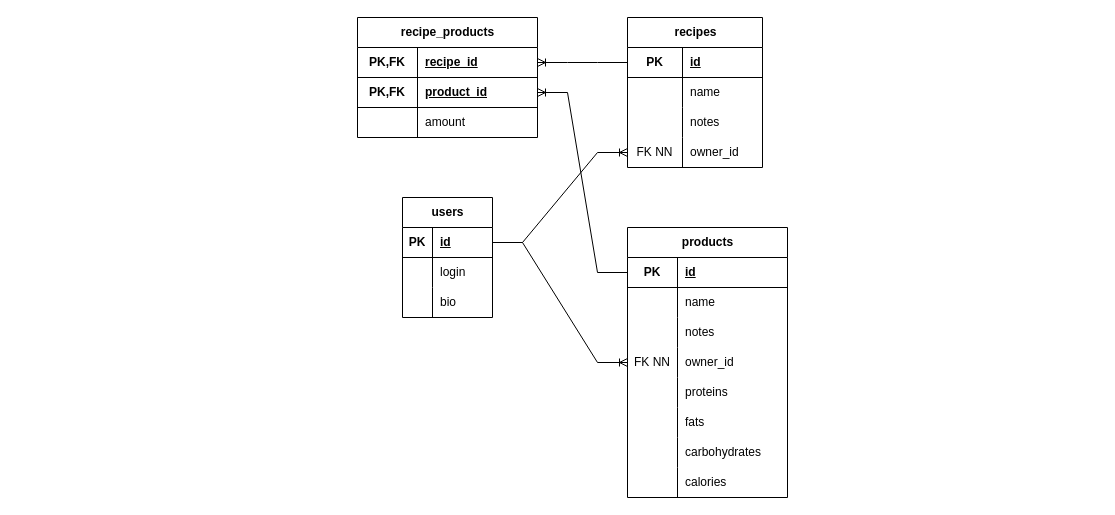
Alexcoratt/foody keeps this draw.io diagram as charts/foody-db-chart.drawio. Above is the earlier version. Source tidied: cells renumbered, new cells numbered last; positions are measured from the earlier drawing's top-left corner, leaving out a move shared by most shapes. Both pictures are drawn from the tidied source at 100%, with x=0, y=0 at pixel (357, 17).
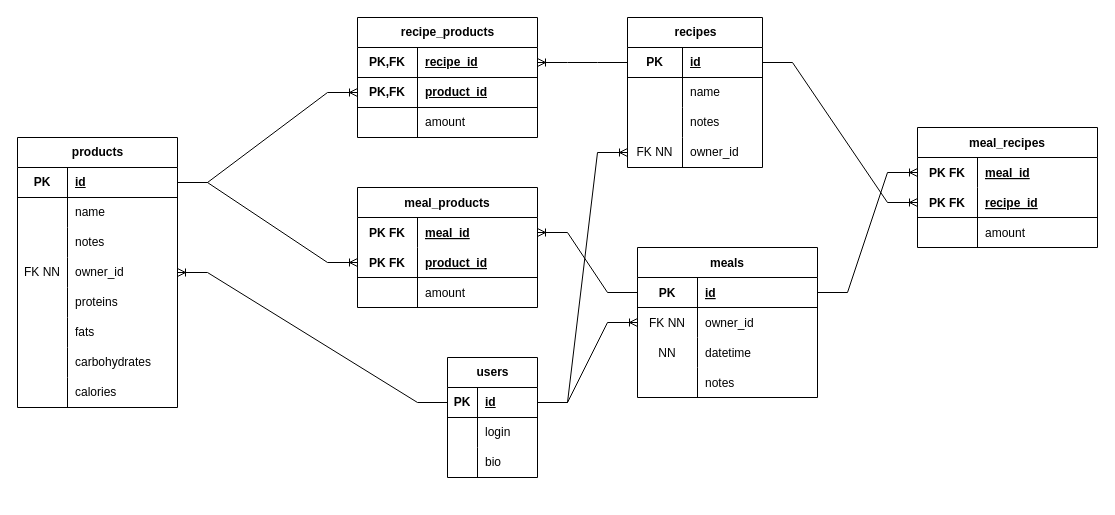
The same diagram, later.

Commit message:
Start adding meal entity

Unchanged cells that the change refers to:
```xml
<mxCell id="3" style="shape=tableRow;horizontal=0;startSize=0;swimlaneHead=0;swimlaneBody=0;fillColor=none;points=[[0,0.5],[1,0.5]];portConstraint=eastwest;top=0;left=0;right=0;bottom=1;" parent="2" vertex="1">
  <mxGeometry y="30" width="160" height="30" as="geometry" />
</mxCell>
<mxCell id="28" style="shape=tableRow;horizontal=0;startSize=0;swimlaneHead=0;swimlaneBody=0;fillColor=none;points=[[0,0.5],[1,0.5]];portConstraint=eastwest;top=0;left=0;right=0;bottom=1;" parent="27" vertex="1">
  <mxGeometry y="30" width="90" height="30" as="geometry" />
</mxCell>
<mxCell id="39" style="shape=tableRow;horizontal=0;startSize=0;swimlaneHead=0;swimlaneBody=0;fillColor=none;points=[[0,0.5],[1,0.5]];portConstraint=eastwest;top=0;left=0;right=0;bottom=1;" parent="38" vertex="1">
  <mxGeometry y="30" width="135" height="30" as="geometry" />
</mxCell>
```

What changed in the source:
```diff
@@
     <mxCell id="2" value="products" style="shape=table;startSize=30;childLayout=tableLayout;rowLines=0;fontStyle=1;align=center;html=1;" parent="1" vertex="1">
-      <mxGeometry x="270" y="210" width="160" height="270" as="geometry" />
+      <mxGeometry x="-340" y="120" width="160" height="270" as="geometry" />
     </mxCell>
@@
     <mxCell id="27" value="users" style="shape=table;startSize=30;childLayout=tableLayout;rowLines=0;fontStyle=1;align=center;html=1;" parent="1" vertex="1">
-      <mxGeometry x="45" y="180" width="90" height="120" as="geometry" />
+      <mxGeometry x="90" y="340" width="90" height="120" as="geometry" />
     </mxCell>
@@
+    <mxCell id="64" value="meals" style="shape=table;startSize=30;childLayout=tableLayout;rowLines=0;fontStyle=1;align=center;" parent="1" vertex="1">
+      <mxGeometry x="280" y="230" width="180" height="150" as="geometry" />
+    </mxCell>
+    <mxCell id="65" style="shape=tableRow;horizontal=0;startSize=0;swimlaneHead=0;swimlaneBody=0;fillColor=none;points=[[0,0.5],[1,0.5]];portConstraint=eastwest;top=0;left=0;right=0;bottom=1;" parent="64" vertex="1">
+      <mxGeometry y="30" width="180" height="30" as="geometry" />
+    </mxCell>
+    <mxCell id="66" value="PK" style="shape=partialRectangle;fillColor=none;top=0;left=0;bottom=0;right=0;fontStyle=1;overflow=hidden;" parent="65" vertex="1">
+      <mxGeometry width="60" height="30" as="geometry" />
+    </mxCell>
+    <mxCell id="67" value="id" style="shape=partialRectangle;fillColor=none;top=0;left=0;bottom=0;right=0;align=left;spacingLeft=6;fontStyle=5;overflow=hidden;" parent="65" vertex="1">
+      <mxGeometry x="60" width="120" height="30" as="geometry" />
+    </mxCell>
+    <mxCell id="68" style="shape=tableRow;horizontal=0;startSize=0;swimlaneHead=0;swimlaneBody=0;fillColor=none;points=[[0,0.5],[1,0.5]];portConstraint=eastwest;top=0;left=0;right=0;bottom=0;" parent="64" vertex="1">
+      <mxGeometry y="60" width="180" height="30" as="geometry" />
+    </mxCell>
+    <mxCell id="69" value="FK NN" style="shape=partialRectangle;fillColor=none;top=0;left=0;bottom=0;right=0;overflow=hidden;" parent="68" vertex="1">
+      <mxGeometry width="60" height="30" as="geometry" />
+    </mxCell>
+    <mxCell id="70" value="owner_id" style="shape=partialRectangle;fillColor=none;top=0;left=0;bottom=0;right=0;align=left;spacingLeft=6;overflow=hidden;" parent="68" vertex="1">
+      <mxGeometry x="60" width="120" height="30" as="geometry" />
+    </mxCell>
+    <mxCell id="71" style="shape=tableRow;horizontal=0;startSize=0;swimlaneHead=0;swimlaneBody=0;fillColor=none;top=0;left=0;right=0;bottom=0;" parent="64" vertex="1">
+      <mxGeometry y="90" width="180" height="30" as="geometry" />
+    </mxCell>
+    <mxCell id="72" value="NN" style="shape=partialRectangle;fillColor=none;top=0;left=0;bottom=0;right=0;overflow=hidden;" parent="71" vertex="1">
+      <mxGeometry width="60" height="30" as="geometry" />
+    </mxCell>
+    <mxCell id="73" value="datetime" style="shape=partialRectangle;fillColor=none;top=0;left=0;bottom=0;right=0;align=left;spacingLeft=6;overflow=hidden;" parent="71" vertex="1">
+      <mxGeometry x="60" width="120" height="30" as="geometry" />
+    </mxCell>
+    <mxCell id="74" style="shape=tableRow;horizontal=0;startSize=0;swimlaneHead=0;swimlaneBody=0;fillColor=none;top=0;left=0;right=0;bottom=0;" parent="64" vertex="1">
+      <mxGeometry y="120" width="180" height="30" as="geometry" />
+    </mxCell>
+    <mxCell id="75" style="shape=partialRectangle;fillColor=none;top=0;left=0;bottom=0;right=0;overflow=hidden;" parent="74" vertex="1">
+      <mxGeometry width="60" height="30" as="geometry" />
+    </mxCell>
+    <mxCell id="76" value="notes" style="shape=partialRectangle;fillColor=none;top=0;left=0;bottom=0;right=0;align=left;spacingLeft=6;overflow=hidden;" parent="74" vertex="1">
+      <mxGeometry x="60" width="120" height="30" as="geometry" />
+    </mxCell>
+    <mxCell id="77" style="edgeStyle=entityRelationEdgeStyle;fontSize=12;html=1;endArrow=ERoneToMany;rounded=0;" parent="1" edge="1" source="28" target="68">
+      <mxGeometry relative="1" as="geometry" />
+    </mxCell>
+    <mxCell id="78" value="meal_products" style="shape=table;startSize=30;childLayout=tableLayout;rowLines=0;fontStyle=1;align=center;" parent="1" vertex="1">
+      <mxGeometry y="170" width="180" height="120" as="geometry" />
+    </mxCell>
+    <mxCell id="79" style="shape=tableRow;horizontal=0;startSize=0;swimlaneHead=0;swimlaneBody=0;fillColor=none;points=[[0,0.5],[1,0.5]];portConstraint=eastwest;top=0;left=0;right=0;bottom=0;" parent="78" vertex="1">
+      <mxGeometry y="30" width="180" height="30" as="geometry" />
+    </mxCell>
+    <mxCell id="80" value="PK FK" style="shape=partialRectangle;fillColor=none;top=0;left=0;bottom=0;right=0;fontStyle=1;overflow=hidden;" parent="79" vertex="1">
+      <mxGeometry width="60" height="30" as="geometry" />
+    </mxCell>
+    <mxCell id="81" value="meal_id" style="shape=partialRectangle;fillColor=none;top=0;left=0;bottom=0;right=0;align=left;spacingLeft=6;fontStyle=5;overflow=hidden;" parent="79" vertex="1">
+      <mxGeometry x="60" width="120" height="30" as="geometry" />
+    </mxCell>
+    <mxCell id="82" style="shape=tableRow;horizontal=0;startSize=0;swimlaneHead=0;swimlaneBody=0;fillColor=none;points=[[0,0.5],[1,0.5]];portConstraint=eastwest;top=0;left=0;right=0;bottom=1;" parent="78" vertex="1">
+      <mxGeometry y="60" width="180" height="30" as="geometry" />
+    </mxCell>
+    <mxCell id="83" value="PK FK" style="shape=partialRectangle;fillColor=none;top=0;left=0;bottom=0;right=0;fontStyle=1;overflow=hidden;" parent="82" vertex="1">
+      <mxGeometry width="60" height="30" as="geometry" />
+    </mxCell>
+    <mxCell id="84" value="product_id" style="shape=partialRectangle;fillColor=none;top=0;left=0;bottom=0;right=0;align=left;spacingLeft=6;fontStyle=5;overflow=hidden;" parent="82" vertex="1">
+      <mxGeometry x="60" width="120" height="30" as="geometry" />
+    </mxCell>
+    <mxCell id="85" style="shape=tableRow;horizontal=0;startSize=0;swimlaneHead=0;swimlaneBody=0;fillColor=none;top=0;left=0;right=0;bottom=0;" parent="78" vertex="1">
+      <mxGeometry y="90" width="180" height="30" as="geometry" />
+    </mxCell>
+    <mxCell id="86" style="shape=partialRectangle;fillColor=none;top=0;left=0;bottom=0;right=0;overflow=hidden;" parent="85" vertex="1">
+      <mxGeometry width="60" height="30" as="geometry" />
+    </mxCell>
+    <mxCell id="87" value="amount" style="shape=partialRectangle;fillColor=none;top=0;left=0;bottom=0;right=0;align=left;spacingLeft=6;overflow=hidden;" parent="85" vertex="1">
+      <mxGeometry x="60" width="120" height="30" as="geometry" />
+    </mxCell>
+    <mxCell id="88" style="edgeStyle=entityRelationEdgeStyle;fontSize=12;html=1;endArrow=ERoneToMany;rounded=0;" parent="1" edge="1" source="65" target="79">
+      <mxGeometry relative="1" as="geometry" />
+    </mxCell>
+    <mxCell id="89" style="edgeStyle=entityRelationEdgeStyle;fontSize=12;html=1;endArrow=ERoneToMany;rounded=0;" parent="1" edge="1" source="3" target="82">
+      <mxGeometry relative="1" as="geometry" />
+    </mxCell>
+    <mxCell id="90" value="meal_recipes" style="shape=table;startSize=30;childLayout=tableLayout;rowLines=0;fontStyle=1;align=center;" parent="1" vertex="1">
+      <mxGeometry x="560" y="110" width="180" height="120" as="geometry" />
+    </mxCell>
+    <mxCell id="91" style="shape=tableRow;horizontal=0;startSize=0;swimlaneHead=0;swimlaneBody=0;fillColor=none;points=[[0,0.5],[1,0.5]];portConstraint=eastwest;top=0;left=0;right=0;bottom=0;" parent="90" vertex="1">
+      <mxGeometry y="30" width="180" height="30" as="geometry" />
+    </mxCell>
+    <mxCell id="92" value="PK FK" style="shape=partialRectangle;fillColor=none;top=0;left=0;bottom=0;right=0;fontStyle=1;overflow=hidden;" parent="91" vertex="1">
+      <mxGeometry width="60" height="30" as="geometry" />
+    </mxCell>
+    <mxCell id="93" value="meal_id" style="shape=partialRectangle;fillColor=none;top=0;left=0;bottom=0;right=0;align=left;spacingLeft=6;fontStyle=5;overflow=hidden;" parent="91" vertex="1">
+      <mxGeometry x="60" width="120" height="30" as="geometry" />
+    </mxCell>
+    <mxCell id="94" style="shape=tableRow;horizontal=0;startSize=0;swimlaneHead=0;swimlaneBody=0;fillColor=none;points=[[0,0.5],[1,0.5]];portConstraint=eastwest;top=0;left=0;right=0;bottom=1;" parent="90" vertex="1">
+      <mxGeometry y="60" width="180" height="30" as="geometry" />
+    </mxCell>
+    <mxCell id="95" value="PK FK" style="shape=partialRectangle;fillColor=none;top=0;left=0;bottom=0;right=0;fontStyle=1;overflow=hidden;" parent="94" vertex="1">
+      <mxGeometry width="60" height="30" as="geometry" />
+    </mxCell>
+    <mxCell id="96" value="recipe_id" style="shape=partialRectangle;fillColor=none;top=0;left=0;bottom=0;right=0;align=left;spacingLeft=6;fontStyle=5;overflow=hidden;" parent="94" vertex="1">
+      <mxGeometry x="60" width="120" height="30" as="geometry" />
+    </mxCell>
+    <mxCell id="97" style="shape=tableRow;horizontal=0;startSize=0;swimlaneHead=0;swimlaneBody=0;fillColor=none;top=0;left=0;right=0;bottom=0;" parent="90" vertex="1">
+      <mxGeometry y="90" width="180" height="30" as="geometry" />
+    </mxCell>
+    <mxCell id="98" style="shape=partialRectangle;fillColor=none;top=0;left=0;bottom=0;right=0;overflow=hidden;" parent="97" vertex="1">
+      <mxGeometry width="60" height="30" as="geometry" />
+    </mxCell>
+    <mxCell id="99" value="amount" style="shape=partialRectangle;fillColor=none;top=0;left=0;bottom=0;right=0;align=left;spacingLeft=6;overflow=hidden;" parent="97" vertex="1">
+      <mxGeometry x="60" width="120" height="30" as="geometry" />
+    </mxCell>
+    <mxCell id="100" style="edgeStyle=entityRelationEdgeStyle;fontSize=12;html=1;endArrow=ERoneToMany;rounded=0;" parent="1" edge="1" source="65" target="91">
+      <mxGeometry relative="1" as="geometry" />
+    </mxCell>
+    <mxCell id="101" style="edgeStyle=entityRelationEdgeStyle;fontSize=12;html=1;endArrow=ERoneToMany;rounded=0;" parent="1" edge="1" source="39" target="94">
+      <mxGeometry relative="1" as="geometry" />
+    </mxCell>
```
